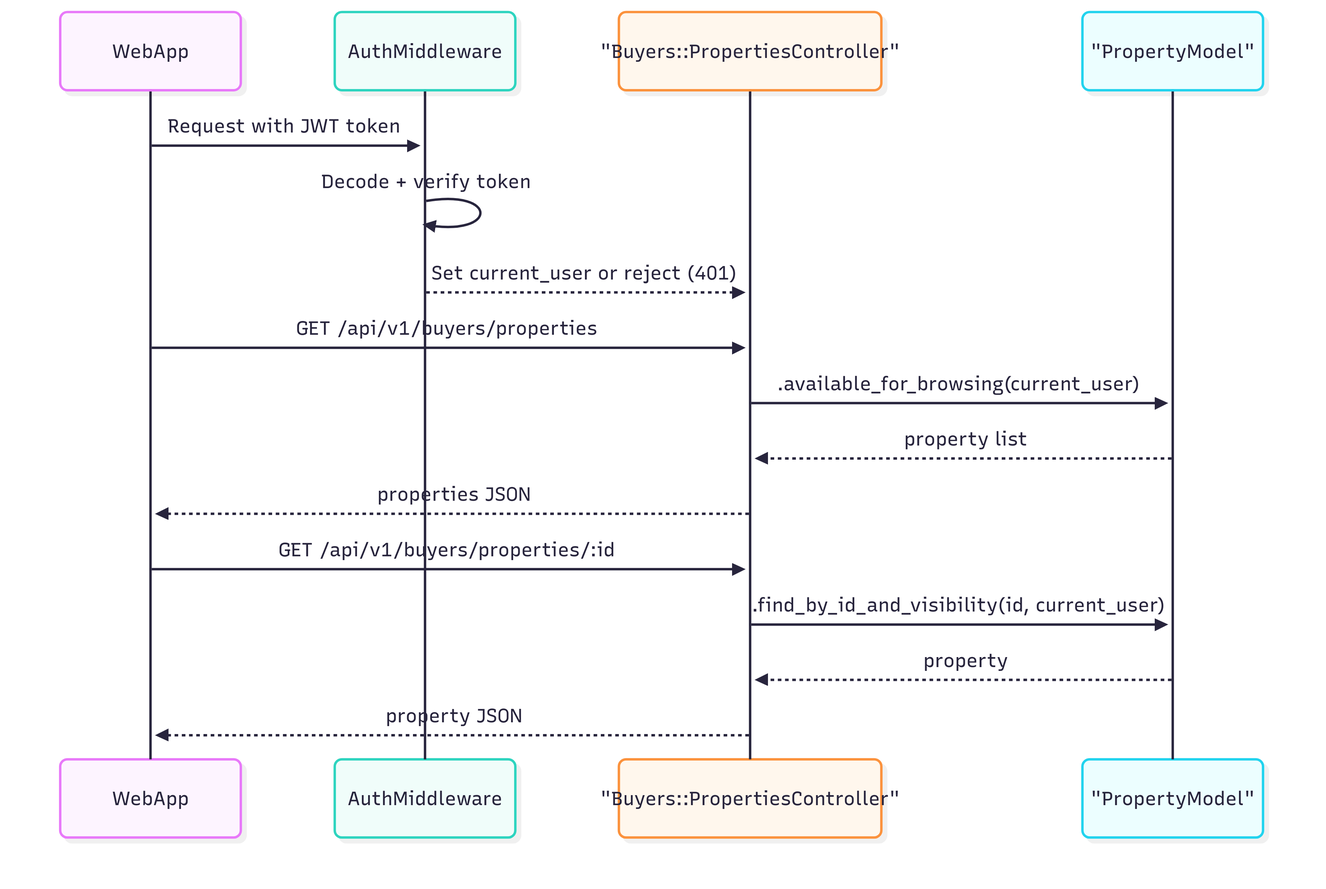
Video-API-architecture/architecture-proposal keeps this Mermaid diagram as diagrams/buyers/property-browsing.png. Above is the earlier version. Its source is kept beside it as diagrams/buyers/property-browsing.mermaid.
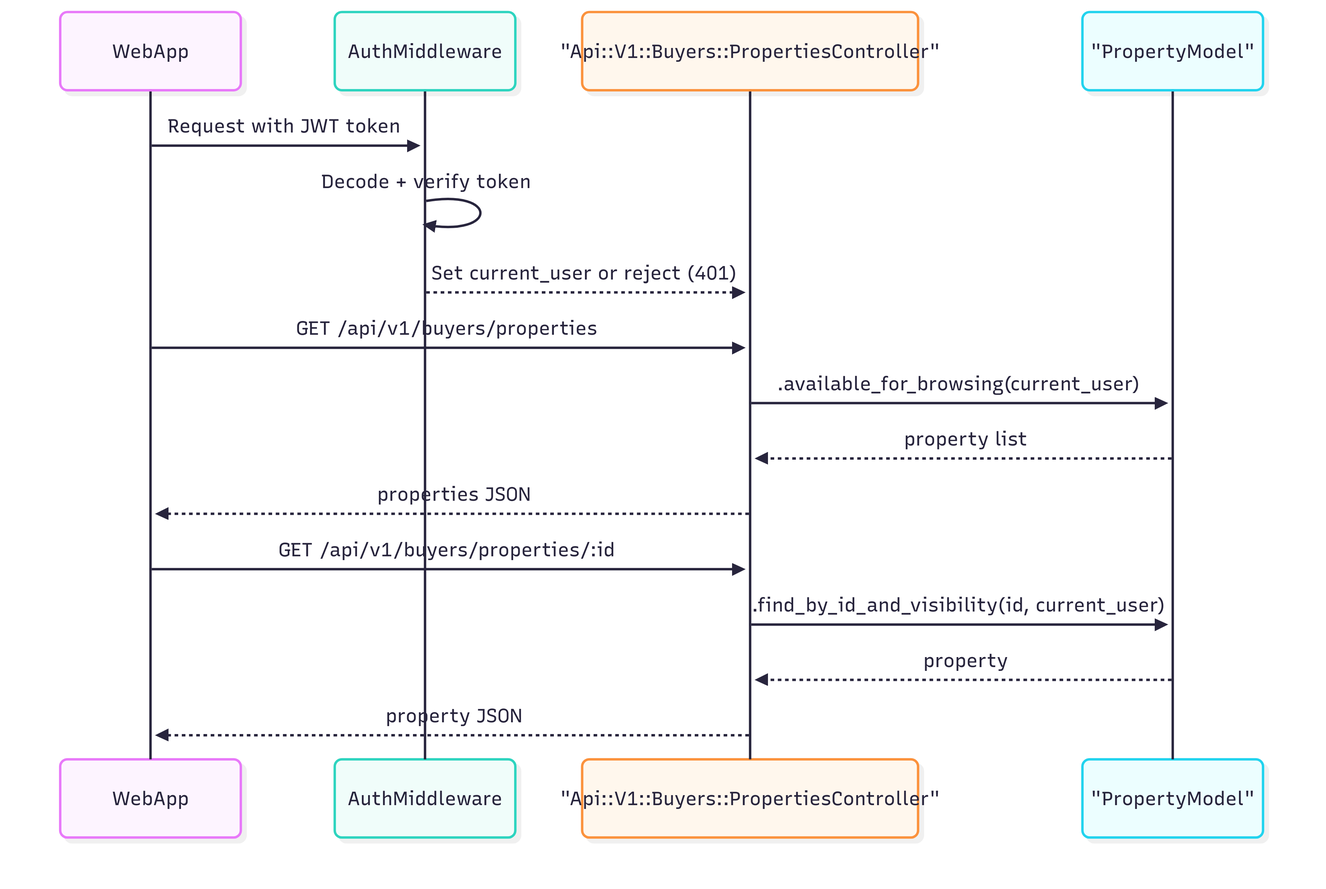
Later version of the same file.

Change to the diagram source:
```diff
@@ -1,7 +1,7 @@
 sequenceDiagram
     participant WebApp
     participant Auth as AuthMiddleware
-    participant BPAPI as "Buyers::PropertiesController"
+    participant BPAPI as "Api::V1::Buyers::PropertiesController"
     participant PM as "PropertyModel"
 
     WebApp->>Auth: Request with JWT token
```
